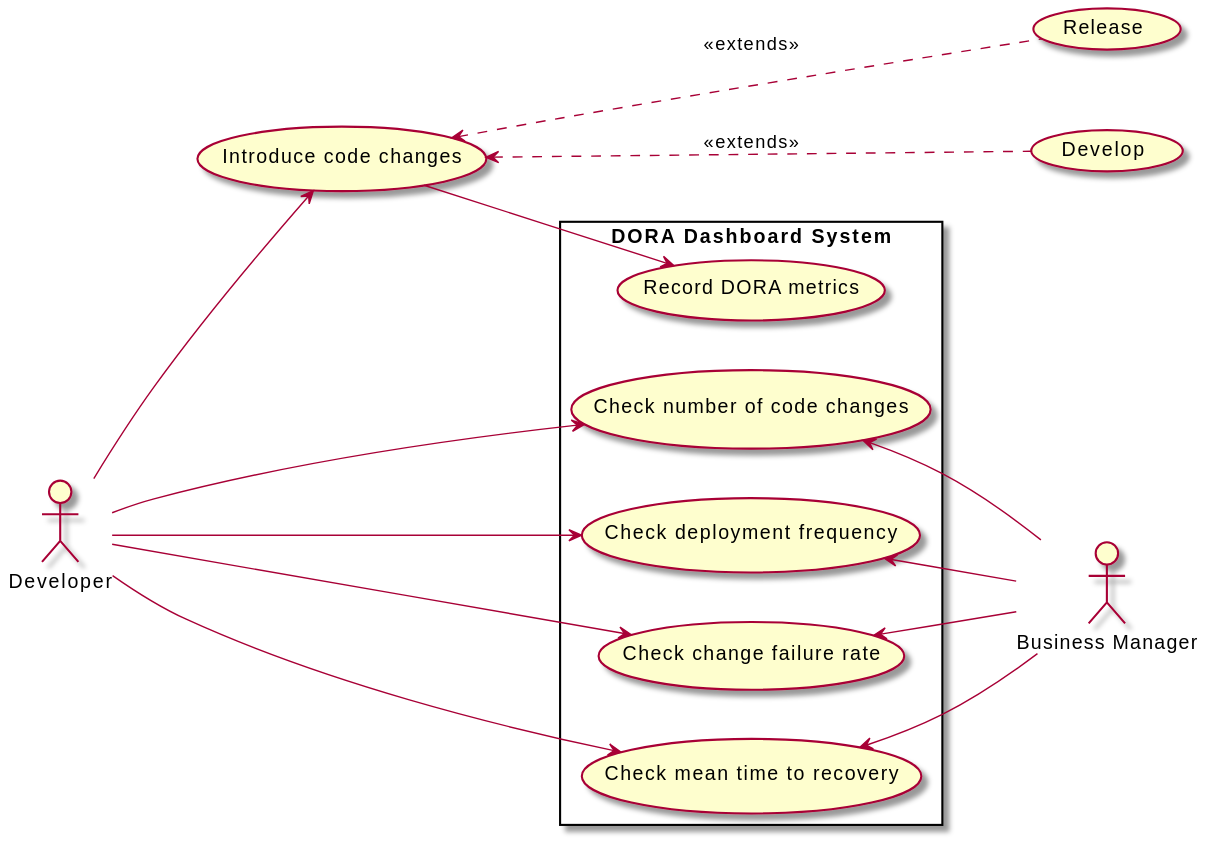
eoinkane/uni-honours keeps this PlantUML diagram as design/use-cases/use-case-01.svg. Above is the earlier version.
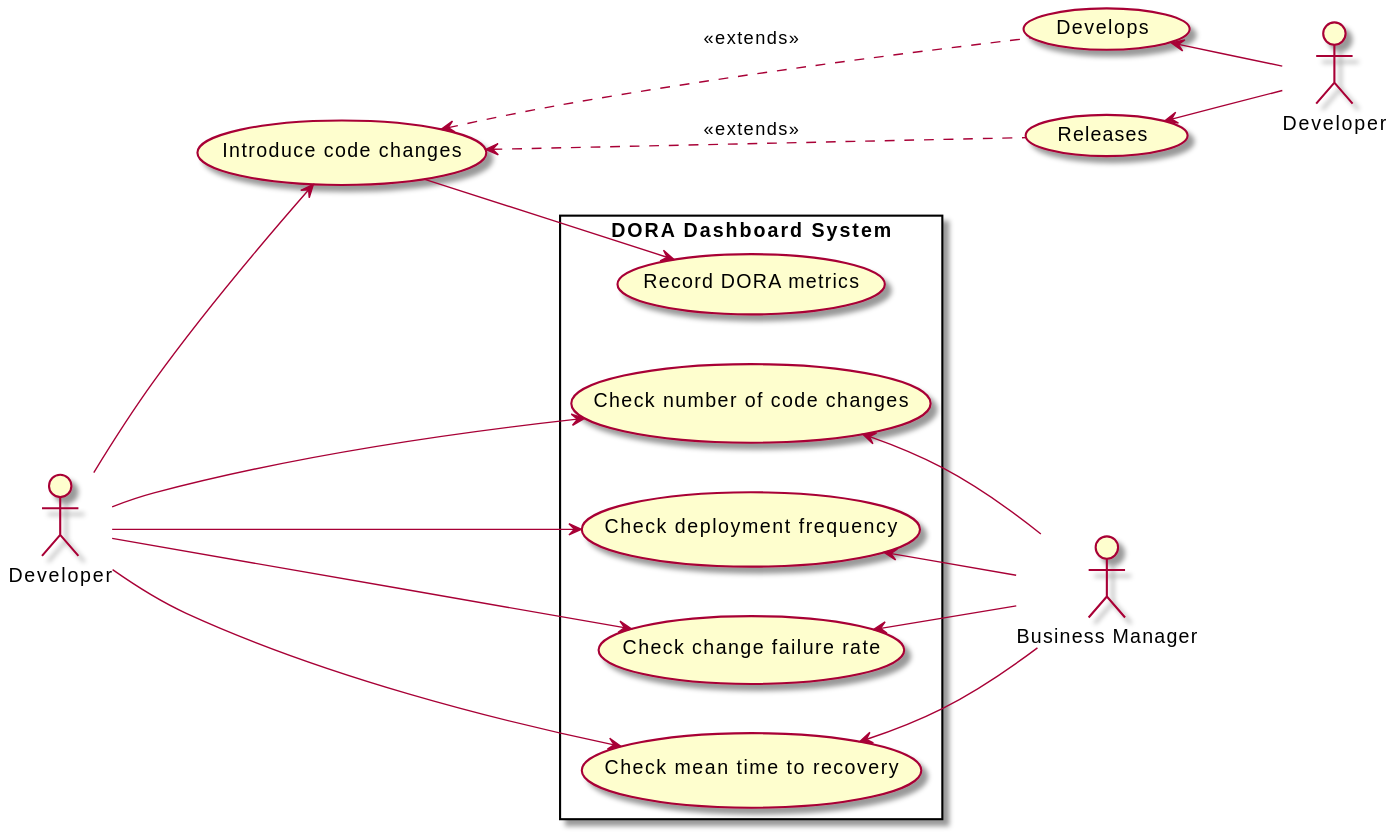
The same diagram one commit later.

Commit message:
Updated the usecase diagram

Diff of the diagram source:
```diff
@@ -2,6 +2,7 @@
 
 :Developer: as Dev
 :Business Manager: as DM
+:Developer: as Dev2
 
 rectangle "DORA Dashboard System" {
     left to right direction
@@ -29,8 +30,11 @@
     (Introduce code changes) as (make-changes)
     Dev --> (make-changes)
 
-    (make-changes) <.. (Develop) : <<extends>>
-    (make-changes) <.. (Release) : <<extends>>
+    (Develops) <-- Dev2
+    (Releases) <-- Dev2
+
+    (make-changes) <.. (Develops) : <<extends>>
+    (make-changes) <.. (Releases) : <<extends>>
 
     (make-changes) --> (record)
 }
```
